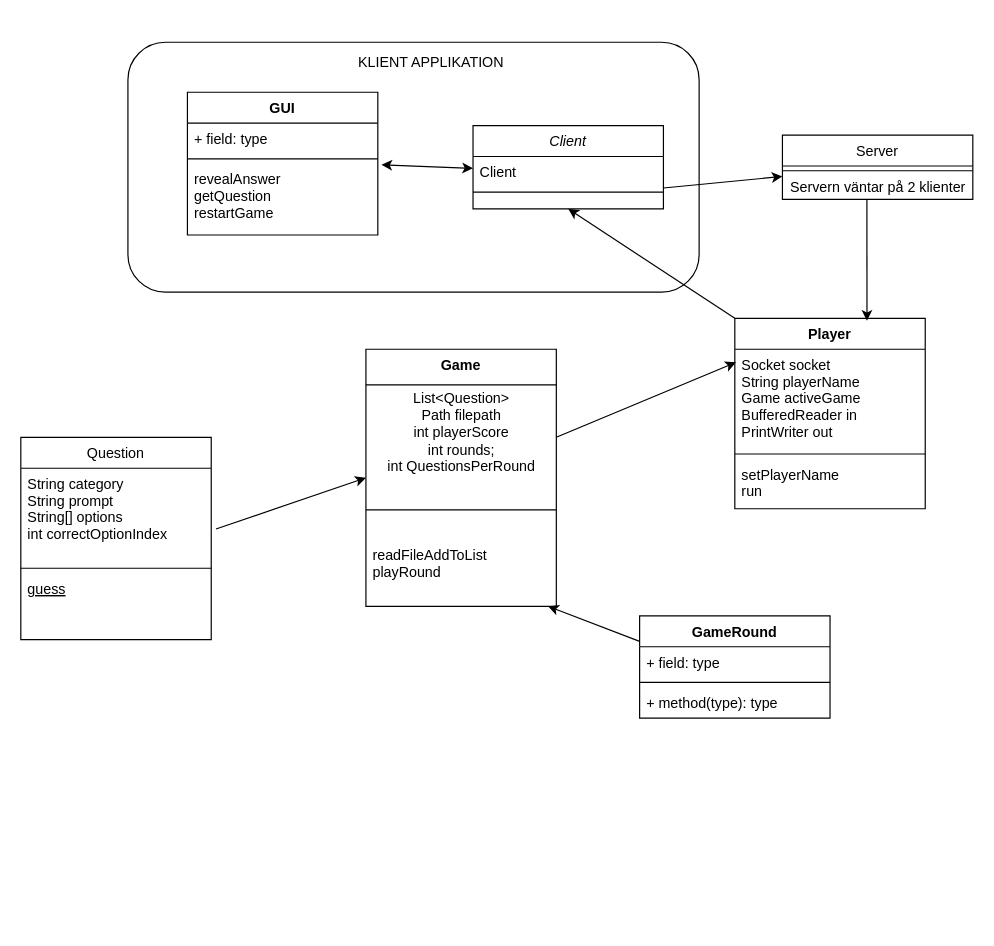
This is Untitled Diagram.drawio from Grupp-4-Quizkampen/Quizkampen, a draw.io file, before an edit. Source tidied: cells renumbered, new cells numbered last; positions are measured from the earlier drawing's top-left corner, leaving out a move shared by most shapes. Both pictures are drawn from the tidied source at 119%, with x=0, y=0 at pixel (20, 20).
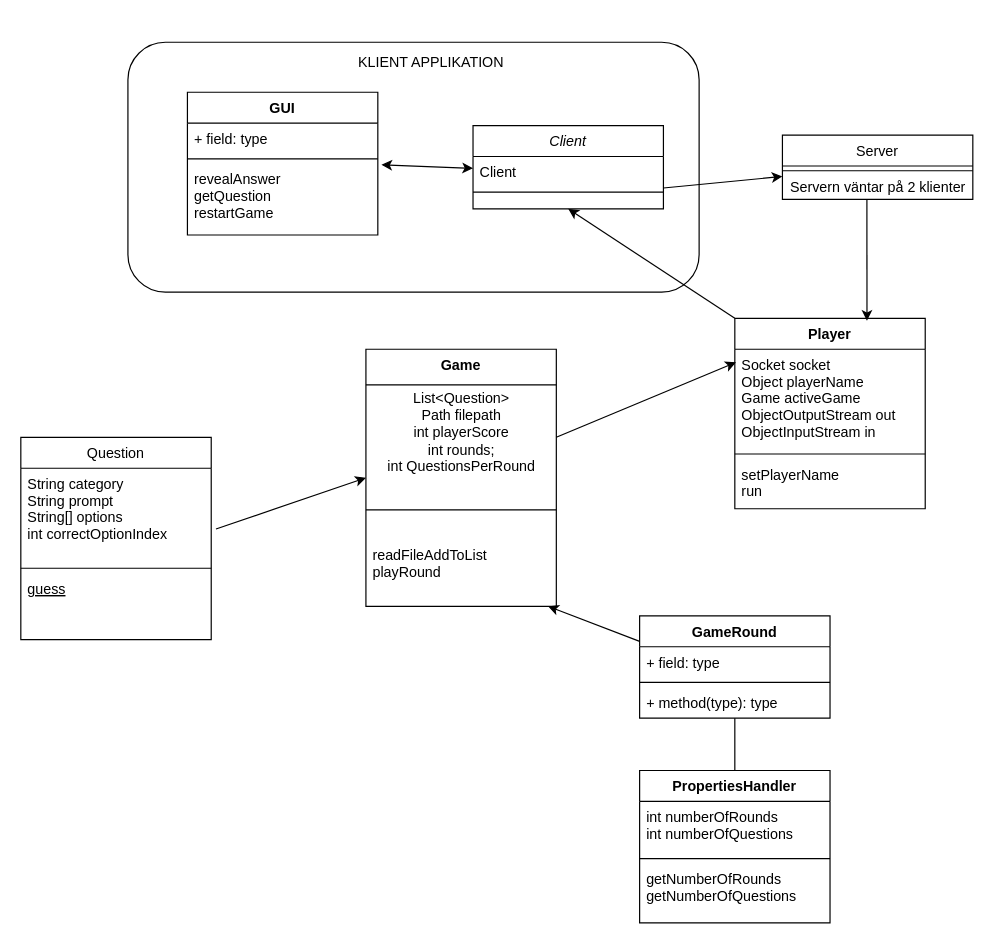
Above is the later version.

The change refers to these unchanged cells:
```xml
<mxCell id="19" value="Player&#10;" style="swimlane;fontStyle=1;align=center;verticalAlign=top;horizontal=1;startSize=26;" parent="1" vertex="1">
  <mxGeometry x="600" y="250" width="160" height="160" as="geometry" />
</mxCell>
<mxCell id="33" value="+ method(type): type" style="text;strokeColor=none;fillColor=none;align=left;verticalAlign=top;spacingLeft=4;spacingRight=4;overflow=hidden;points=[[0,0.5],[1,0.5]];portConstraint=eastwest;" parent="30" vertex="1">
  <mxGeometry y="60" width="160" height="26" as="geometry" />
</mxCell>
```

The edit, as a diff of the source:
```diff
@@
-    <mxCell id="20" value="Socket socket&#10;String playerName&#10;Game activeGame&#10;BufferedReader in&#10;PrintWriter out&#10;" style="text;strokeColor=none;fillColor=none;align=left;verticalAlign=top;spacingLeft=4;spacingRight=4;overflow=hidden;points=[[0,0.5],[1,0.5]];portConstraint=eastwest;" parent="19" vertex="1">
+    <mxCell id="20" value="Socket socket&#10;Object playerName&#10;Game activeGame&#10;ObjectOutputStream out&#10;ObjectInputStream in&#10;" style="text;strokeColor=none;fillColor=none;align=left;verticalAlign=top;spacingLeft=4;spacingRight=4;overflow=hidden;points=[[0,0.5],[1,0.5]];portConstraint=eastwest;" parent="19" vertex="1">
       <mxGeometry y="26" width="160" height="84" as="geometry" />
     </mxCell>
@@
+    <mxCell id="37" value="PropertiesHandler" style="swimlane;fontStyle=1;align=center;verticalAlign=top;horizontal=1;startSize=26;" parent="1" vertex="1">
+      <mxGeometry x="520" y="630" width="160" height="128" as="geometry" />
+    </mxCell>
+    <mxCell id="38" value="int numberOfRounds&#10;int numberOfQuestions" style="text;strokeColor=none;fillColor=none;align=left;verticalAlign=top;spacingLeft=4;spacingRight=4;overflow=hidden;" parent="37" vertex="1">
+      <mxGeometry y="26" width="160" height="44" as="geometry" />
+    </mxCell>
+    <mxCell id="39" style="line;strokeWidth=1;fillColor=none;align=left;verticalAlign=middle;spacingTop=-1;spacingLeft=3;spacingRight=3;labelPosition=right;" parent="37" vertex="1">
+      <mxGeometry y="70" width="160" height="8" as="geometry" />
+    </mxCell>
+    <mxCell id="40" value="getNumberOfRounds&#10;getNumberOfQuestions" style="text;strokeColor=none;fillColor=none;align=left;verticalAlign=top;spacingLeft=4;spacingRight=4;overflow=hidden;" parent="37" vertex="1">
+      <mxGeometry y="78" width="160" height="50" as="geometry" />
+    </mxCell>
+    <mxCell id="41" style="endArrow=none;html=1;exitX=0.5;exitY=0;exitDx=0;exitDy=0;" parent="1" edge="1" source="37" target="33">
+      <mxGeometry relative="1" as="geometry" />
+    </mxCell>
```
